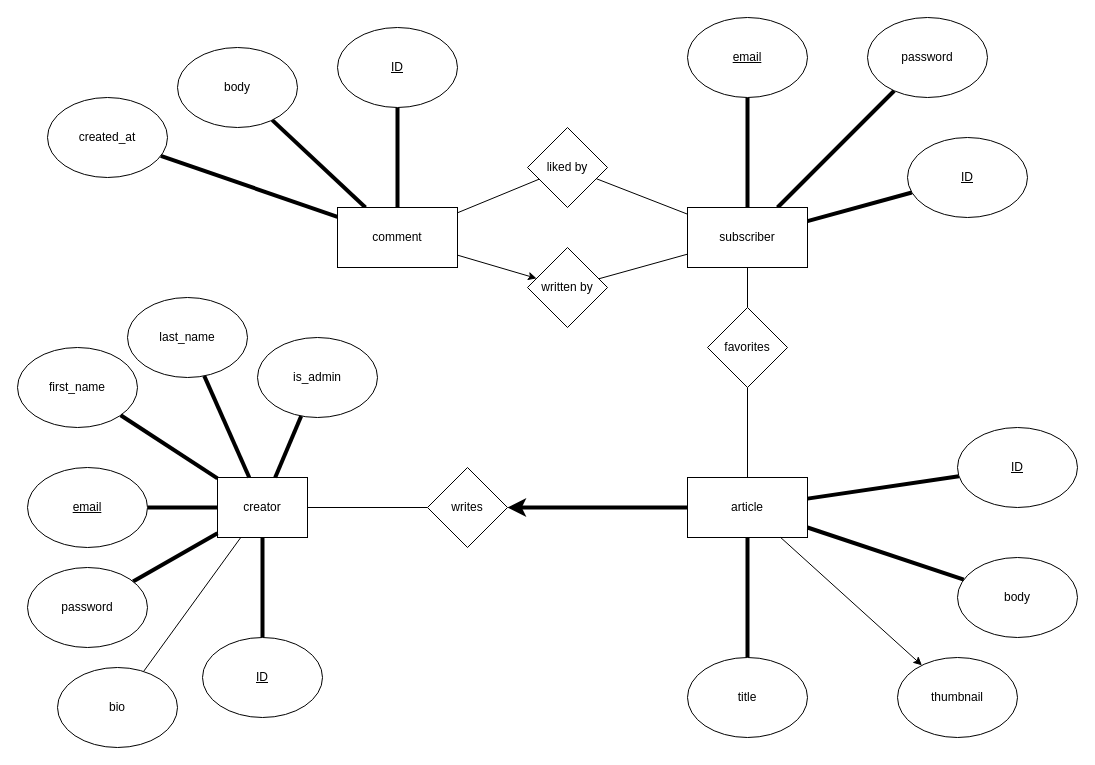
drewjtaylor/WeeklyDire keeps this draw.io diagram as weeklydire_back_end/newsERM.drawio. Above is the earlier version. Source tidied: cells renumbered, new cells numbered last; positions are measured from the earlier drawing's top-left corner, leaving out a move shared by most shapes. Both pictures are drawn from the tidied source at 100%, with x=0, y=0 at pixel (17, 17).
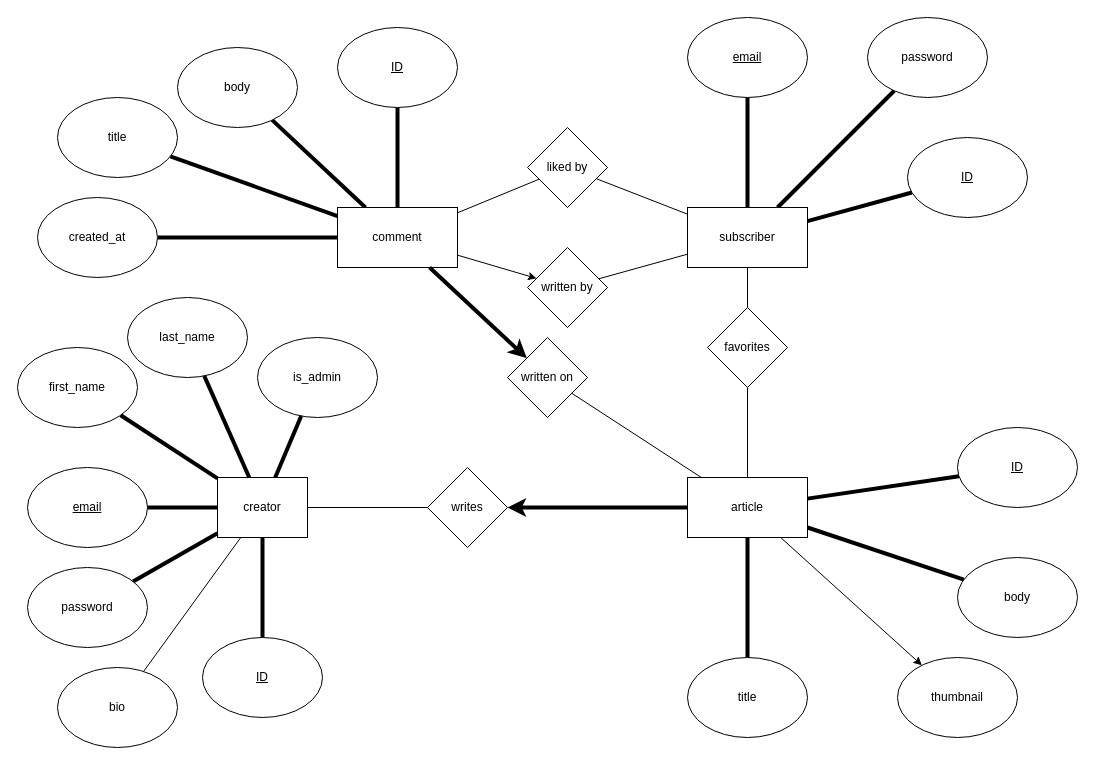
After the change.

Unchanged cells that the change refers to:
```xml
<mxCell id="8" value="article" style="rounded=0;whiteSpace=wrap;html=1;" parent="1" vertex="1">
  <mxGeometry x="670" y="460" width="120" height="60" as="geometry" />
</mxCell>
<mxCell id="39" value="comment" style="rounded=0;whiteSpace=wrap;html=1;" parent="1" vertex="1">
  <mxGeometry x="320" y="190" width="120" height="60" as="geometry" />
</mxCell>
```

Diff of the diagram source:
```diff
@@
     <mxCell id="51" value="created_at" style="ellipse;whiteSpace=wrap;html=1;" parent="1" vertex="1">
-      <mxGeometry x="30" y="80" width="120" height="80" as="geometry" />
+      <mxGeometry x="20" y="180" width="120" height="80" as="geometry" />
     </mxCell>
+    <mxCell id="52" style="edgeStyle=none;html=1;endArrow=none;endFill=0;strokeWidth=4;startArrow=none;startFill=0;" parent="1" edge="1" source="39" target="53">
+      <mxGeometry relative="1" as="geometry" />
+    </mxCell>
+    <mxCell id="53" value="title" style="ellipse;whiteSpace=wrap;html=1;" parent="1" vertex="1">
+      <mxGeometry x="40" y="80" width="120" height="80" as="geometry" />
+    </mxCell>
+    <mxCell id="54" style="edgeStyle=none;html=1;strokeWidth=4;" parent="1" edge="1" source="39" target="56">
+      <mxGeometry relative="1" as="geometry" />
+    </mxCell>
+    <mxCell id="55" style="edgeStyle=none;html=1;endArrow=none;endFill=0;" parent="1" edge="1" source="56" target="8">
+      <mxGeometry relative="1" as="geometry" />
+    </mxCell>
+    <mxCell id="56" value="written on" style="rhombus;whiteSpace=wrap;html=1;" parent="1" vertex="1">
+      <mxGeometry x="490" y="320" width="80" height="80" as="geometry" />
+    </mxCell>
```
